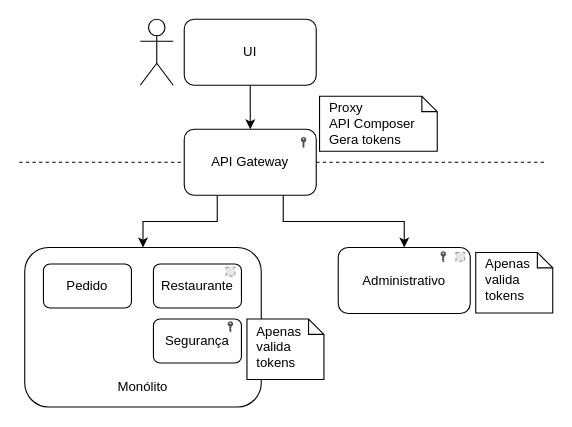
The draw.io diagram imagens/15-seguranca/geracao-de-tokens-no-api-gateway-e-validacao-no-modulo-de-seguranca-do-monolito.drawio in caelum/apostila-microservices-com-spring-cloud, before the edit. Source tidied: cells renumbered, new cells numbered last; positions are measured from the earlier drawing's top-left corner, leaving out a move shared by most shapes. Both pictures are drawn from the tidied source at 110%, with x=0, y=0 at pixel (19, 19). Pictures stored in the file or linked from it are replaced by grey dashed boxes.
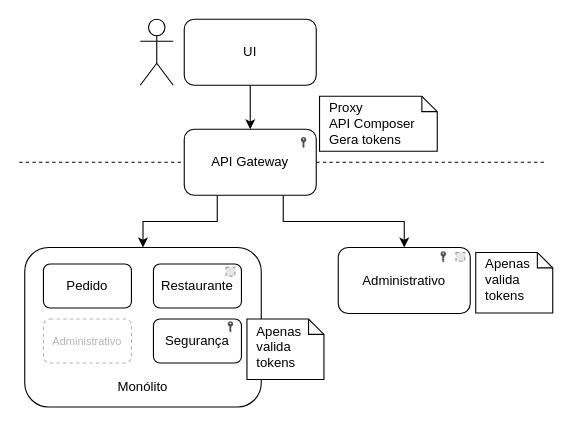
The same diagram, later.

Commit message (it also covers changes not shown here):
corrigindo detalhes nas imagens do cap15 (seguranca)

Unchanged cells that the change refers to:
```xml
<mxCell id="14" style="group;" parent="1" vertex="1">
  <mxGeometry x="5" y="207.5" width="215" height="145" as="geometry" />
</mxCell>
```

What changed in the source:
```diff
@@
+    <mxCell id="24" value="Administrativo" style="rounded=1;whiteSpace=wrap;html=1;fontSize=10;fontColor=#B3B3B3;strokeColor=#B3B3B3;dashed=1;" parent="14" vertex="1">
+      <mxGeometry x="17" y="65" width="80" height="40" as="geometry" />
+    </mxCell>
```
